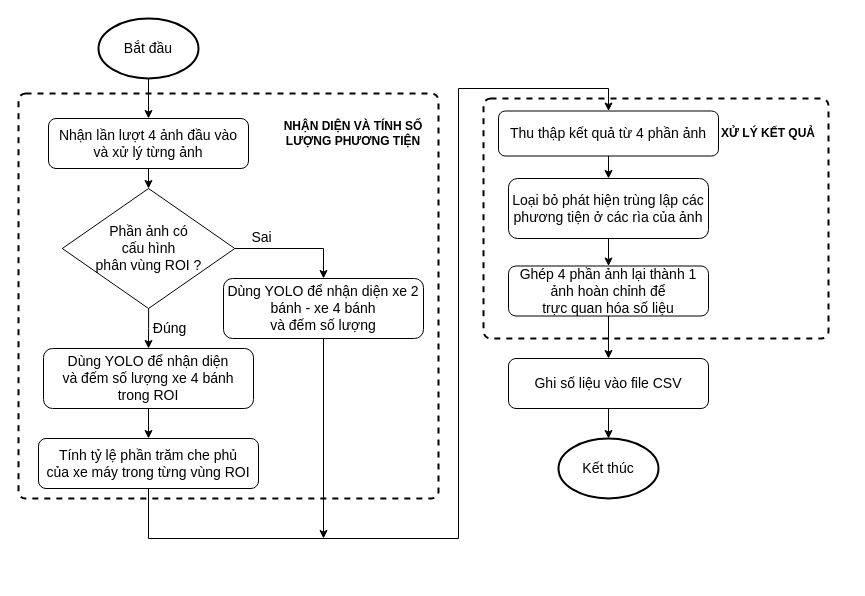
Above: fig/drawio/vehicle_detector.drawio in Denzaro/DATN_Thesis (draw.io), before the change. Source tidied: cells renumbered, new cells numbered last; positions are measured from the earlier drawing's top-left corner, leaving out a move shared by most shapes. Both pictures are drawn from the tidied source at 100%, with x=0, y=0 at pixel (18, 18).
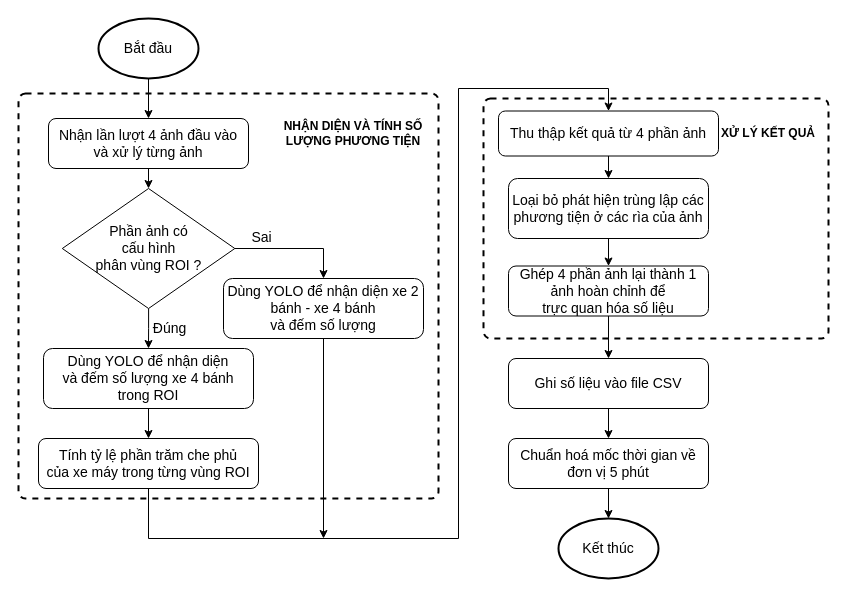
Above is the later version.

Unchanged cells that the change refers to:
```xml
<mxCell id="21" value="Ghi số liệu vào file CSV" style="rounded=1;whiteSpace=wrap;html=1;fontSize=14;" parent="1" vertex="1">
  <mxGeometry x="490" y="340" width="200" height="50" as="geometry" />
</mxCell>
```

Change to the diagram source:
```diff
@@
+    <mxCell id="30" style="edgeStyle=orthogonalEdgeStyle;rounded=0;jettySize=auto;html=1;" parent="1" edge="1" source="21" target="31">
+      <mxGeometry relative="1" as="geometry" />
+    </mxCell>
@@
     <mxCell id="25" value="Kết thúc" style="strokeWidth=2;html=1;shape=mxgraph.flowchart.start_1;whiteSpace=wrap;fontSize=14;" parent="1" vertex="1">
-      <mxGeometry x="540" y="420" width="100" height="60" as="geometry" />
+      <mxGeometry x="540" y="500" width="100" height="60" as="geometry" />
     </mxCell>
-    <mxCell id="26" style="edgeStyle=orthogonalEdgeStyle;rounded=0;jettySize=auto;html=1;entryX=0.5;entryY=0;entryDx=0;entryDy=0;entryPerimeter=0;" parent="1" edge="1" source="21" target="25">
-      <mxGeometry relative="1" as="geometry" />
-    </mxCell>
@@
+    <mxCell id="31" value="Chuẩn hoá mốc thời gian về đơn vị 5 phút" style="rounded=1;whiteSpace=wrap;html=1;fontSize=14;" parent="1" vertex="1">
+      <mxGeometry x="490" y="420" width="200" height="50" as="geometry" />
+    </mxCell>
+    <mxCell id="32" style="edgeStyle=orthogonalEdgeStyle;rounded=0;jettySize=auto;html=1;entryX=0.5;entryY=0;entryDx=0;entryDy=0;entryPerimeter=0;" parent="1" edge="1" source="31" target="25">
+      <mxGeometry relative="1" as="geometry" />
+    </mxCell>
```
